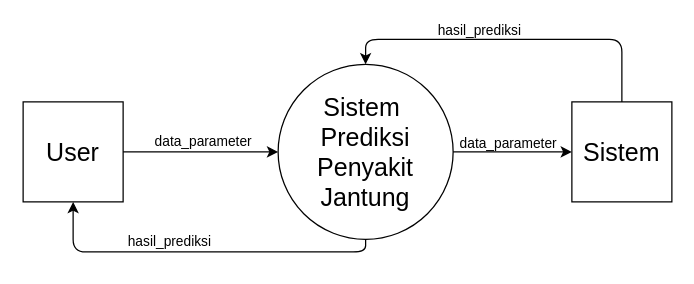
This is Images/dfd_level0.drawio from rshby/skripsi, a draw.io file, before an edit. Source tidied: cells renumbered, new cells numbered last; positions are measured from the earlier drawing's top-left corner, leaving out a move shared by most shapes. Both pictures are drawn from the tidied source at 125%, with x=0, y=0 at pixel (22, 39).
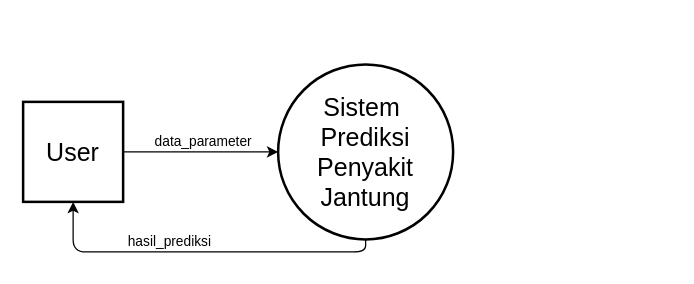
The same page after the edit.

Change to the diagram source:
```diff
@@
 <mxGraphModel>
   <root>
     <mxCell id="0" />
     <mxCell id="1" parent="0" />
-    <mxCell id="2" value="&lt;font style=&quot;font-size: 20px&quot;&gt;Sistem&amp;nbsp;&lt;br&gt;Prediksi&lt;br&gt;Penyakit&lt;br&gt;Jantung&lt;/font&gt;" style="ellipse;whiteSpace=wrap;html=1;" parent="1" vertex="1">
+    <mxCell id="2" value="&lt;font style=&quot;font-size: 20px&quot;&gt;Sistem&amp;nbsp;&lt;br&gt;Prediksi&lt;br&gt;Penyakit&lt;br&gt;Jantung&lt;/font&gt;" style="ellipse;whiteSpace=wrap;html=1;strokeWidth=2;" parent="1" vertex="1">
       <mxGeometry x="204" y="20" width="140" height="140" as="geometry" />
     </mxCell>
-    <mxCell id="3" value="&lt;font style=&quot;font-size: 20px&quot;&gt;User&lt;/font&gt;" style="whiteSpace=wrap;html=1;" parent="1" vertex="1">
+    <mxCell id="3" value="&lt;font style=&quot;font-size: 20px&quot;&gt;User&lt;/font&gt;" style="whiteSpace=wrap;html=1;strokeWidth=2;" parent="1" vertex="1">
       <mxGeometry y="50" width="80" height="80" as="geometry" />
     </mxCell>
     <mxCell id="4" style="endArrow=classic;html=1;exitX=0.5;exitY=1;exitDx=0;exitDy=0;entryX=0.5;entryY=1;entryDx=0;entryDy=0;" parent="1" edge="1" source="2" target="3">
       <mxGeometry relative="1" as="geometry">
         <Array as="points">
           <mxPoint x="274" y="170" />
           <mxPoint x="40" y="170" />
         </Array>
       </mxGeometry>
     </mxCell>
     <mxCell id="5" value="hasil_prediksi" style="edgeLabel;html=1;align=center;verticalAlign=bottom;" parent="4" vertex="1">
       <mxGeometry x="0.18" relative="1" as="geometry" />
     </mxCell>
     <mxCell id="6" style="endArrow=classic;html=1;exitX=1;exitY=0.5;exitDx=0;exitDy=0;entryX=0;entryY=0.5;entryDx=0;entryDy=0;" parent="1" edge="1" source="3" target="2">
       <mxGeometry relative="1" as="geometry" />
     </mxCell>
     <mxCell id="7" value="data_parameter" style="edgeLabel;html=1;align=center;verticalAlign=bottom;" parent="6" vertex="1">
       <mxGeometry x="-0.33" y="1" relative="1" as="geometry">
         <mxPoint x="21" y="1" as="offset" />
       </mxGeometry>
     </mxCell>
-    <mxCell id="8" value="&lt;font style=&quot;font-size: 20px&quot;&gt;Sistem&lt;/font&gt;" style="whiteSpace=wrap;html=1;" parent="1" vertex="1">
-      <mxGeometry x="439" y="50" width="80" height="80" as="geometry" />
-    </mxCell>
-    <mxCell id="9" style="endArrow=classic;html=1;exitX=1;exitY=0.5;exitDx=0;exitDy=0;entryX=0;entryY=0.5;entryDx=0;entryDy=0;" parent="1" edge="1" source="2" target="8">
-      <mxGeometry relative="1" as="geometry" />
-    </mxCell>
-    <mxCell id="10" value="data_parameter" style="edgeLabel;html=1;align=center;verticalAlign=bottom;labelBackgroundColor=none;" parent="9" vertex="1">
-      <mxGeometry x="0.18" y="-1" relative="1" as="geometry">
-        <mxPoint x="-13" as="offset" />
-      </mxGeometry>
-    </mxCell>
-    <mxCell id="11" style="endArrow=classic;html=1;exitX=0.5;exitY=0;exitDx=0;exitDy=0;entryX=0.5;entryY=0;entryDx=0;entryDy=0;" parent="1" edge="1" source="8" target="2">
-      <mxGeometry relative="1" as="geometry">
-        <Array as="points">
-          <mxPoint x="479" />
-          <mxPoint x="274" />
-        </Array>
-      </mxGeometry>
-    </mxCell>
-    <mxCell id="12" value="hasil_prediksi" style="edgeLabel;html=1;align=center;verticalAlign=bottom;labelBackgroundColor=none;" parent="11" vertex="1">
-      <mxGeometry x="0.2" y="-2" relative="1" as="geometry">
-        <mxPoint y="3" as="offset" />
-      </mxGeometry>
-    </mxCell>
   </root>
 </mxGraphModel>
```
